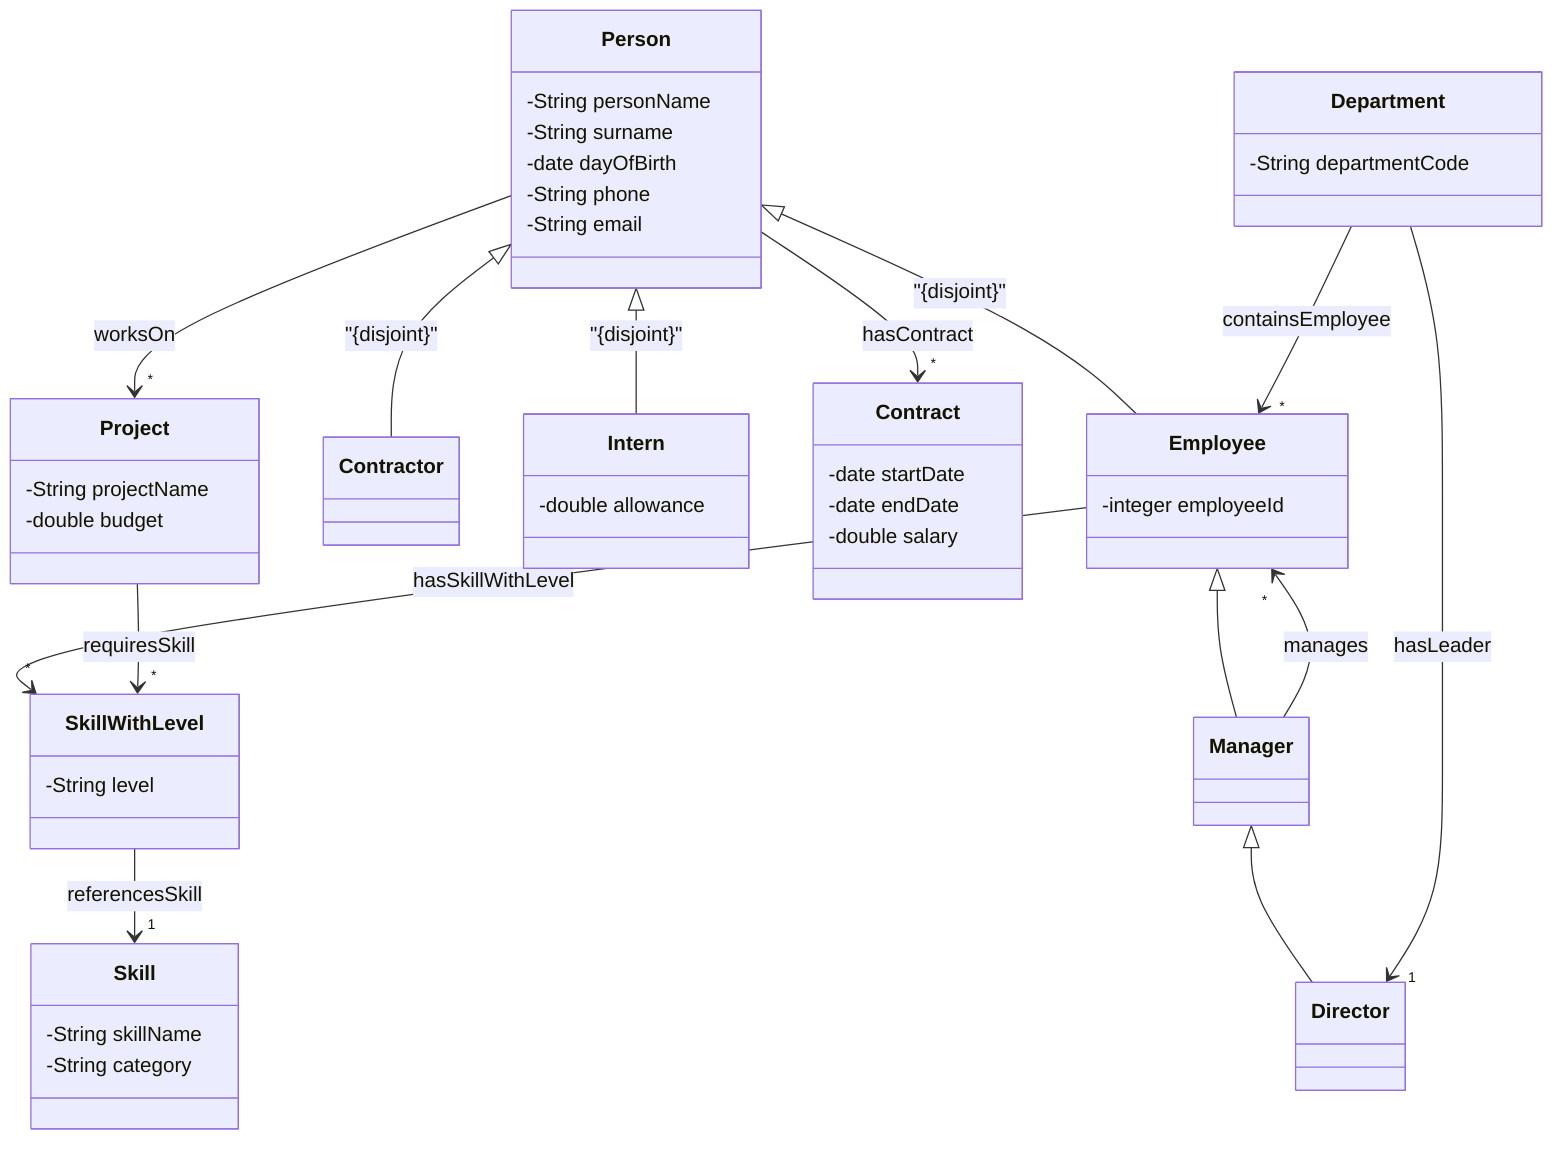
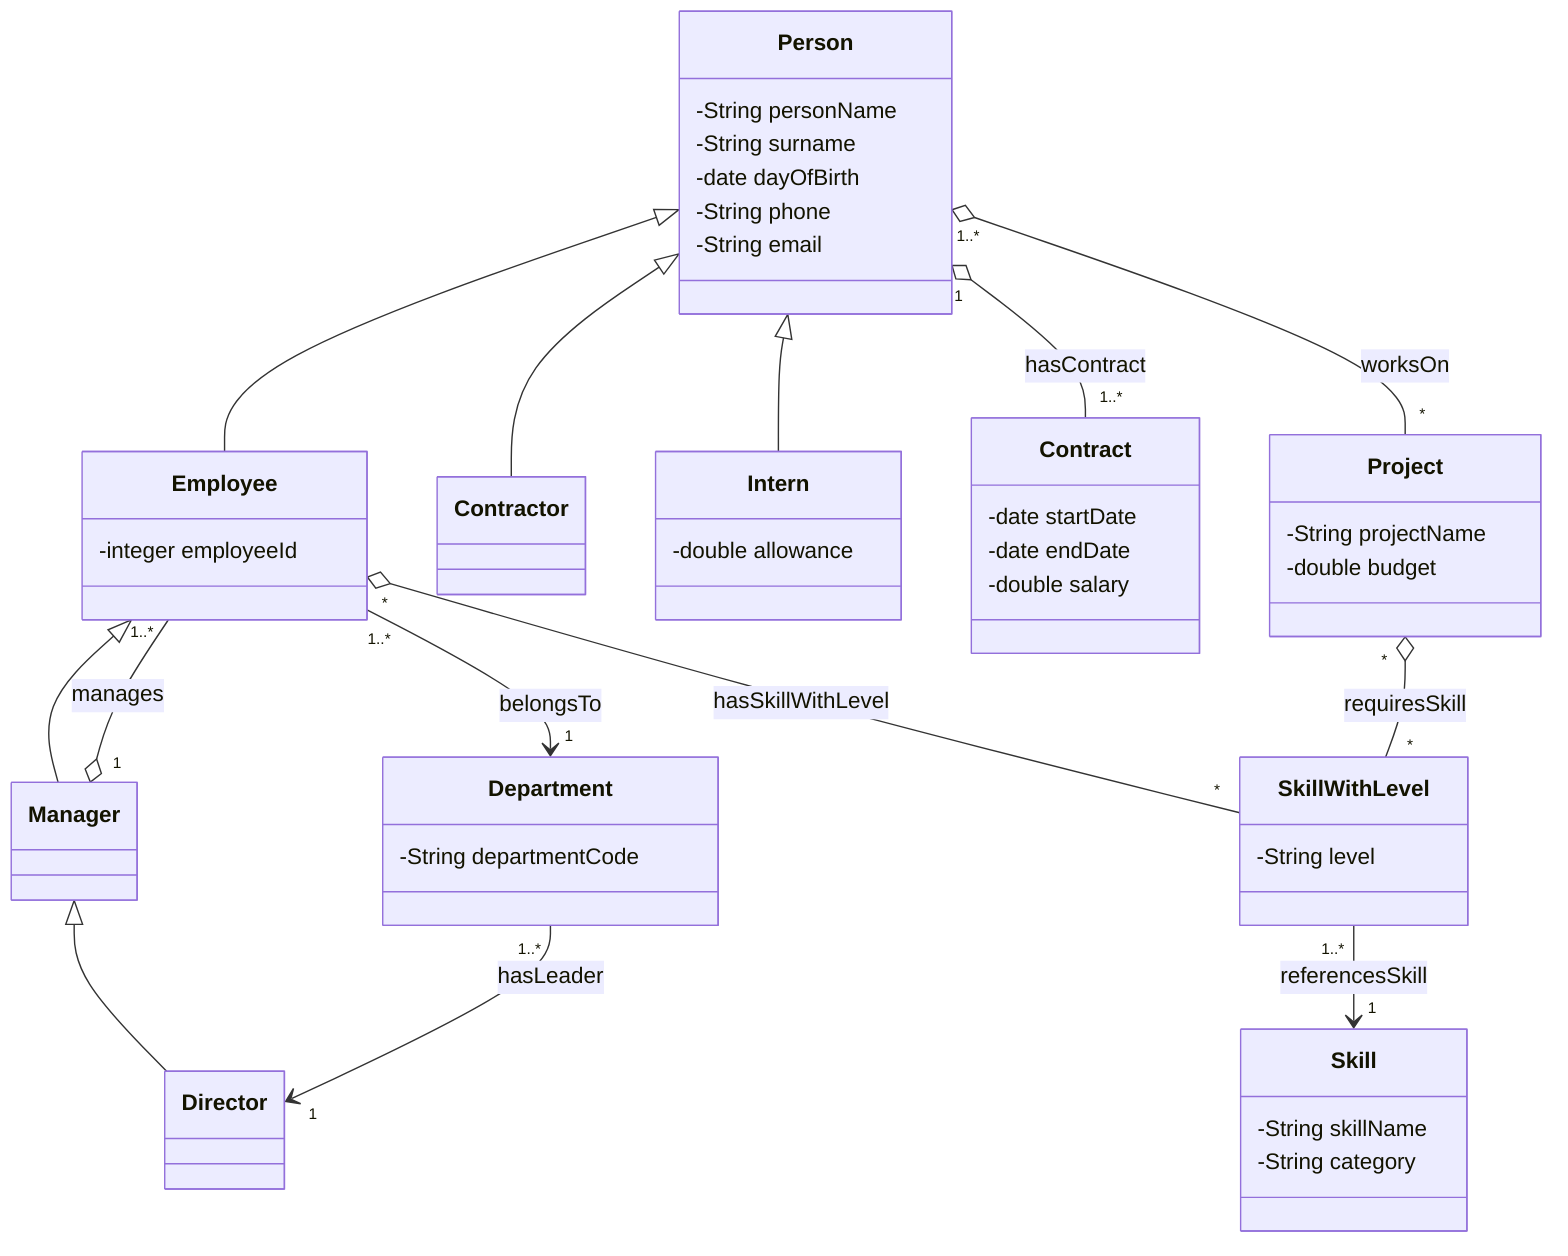
classDiagram
    class Person {
        -String personName
        -String surname
        -date dayOfBirth
        -String phone
        -String email
    }

    class Employee {
        -integer employeeId
    }

    class Contractor

    class Intern {
        -double allowance
    }

    class Manager

    class Director

    class Contract {
        -date startDate
        -date endDate
        -double salary
    }

    class Project {
        -String projectName
        -double budget
    }

    class Department {
        -String departmentCode
    }

    class SkillWithLevel {
        -String level
    }

    class Skill {
        -String skillName
        -String category
    }

-     Person <|-- Employee : "{disjoint}"
-     Person <|-- Contractor : "{disjoint}"
-     Person <|-- Intern : "{disjoint}"
+     Person <|-- Employee
+     Person <|-- Contractor
+     Person <|-- Intern
    Employee <|-- Manager
    Manager <|-- Director

-     Person --> "*" Contract : hasContract
-     Person --> "*" Project : worksOn
-     Employee --> "*" SkillWithLevel : hasSkillWithLevel
-     Project --> "*" SkillWithLevel : requiresSkill
-     SkillWithLevel --> "1" Skill : referencesSkill
-     Manager --> "*" Employee : manages
-     Department --> "1" Director : hasLeader
-     Department --> "*" Employee : containsEmployee
+     Person "1" o-- "1..*" Contract : hasContract
+     Person "1..*" o-- "*" Project : worksOn
+     Employee "*" o-- "*" SkillWithLevel : hasSkillWithLevel
+     Project "*" o-- "*" SkillWithLevel : requiresSkill
+     SkillWithLevel "1..*" --> "1" Skill : referencesSkill
+     Manager "1" o-- "1..*" Employee : manages
+     Department "1..*" --> "1" Director : hasLeader
+     Employee "1..*" --> "1" Department : belongsTo
